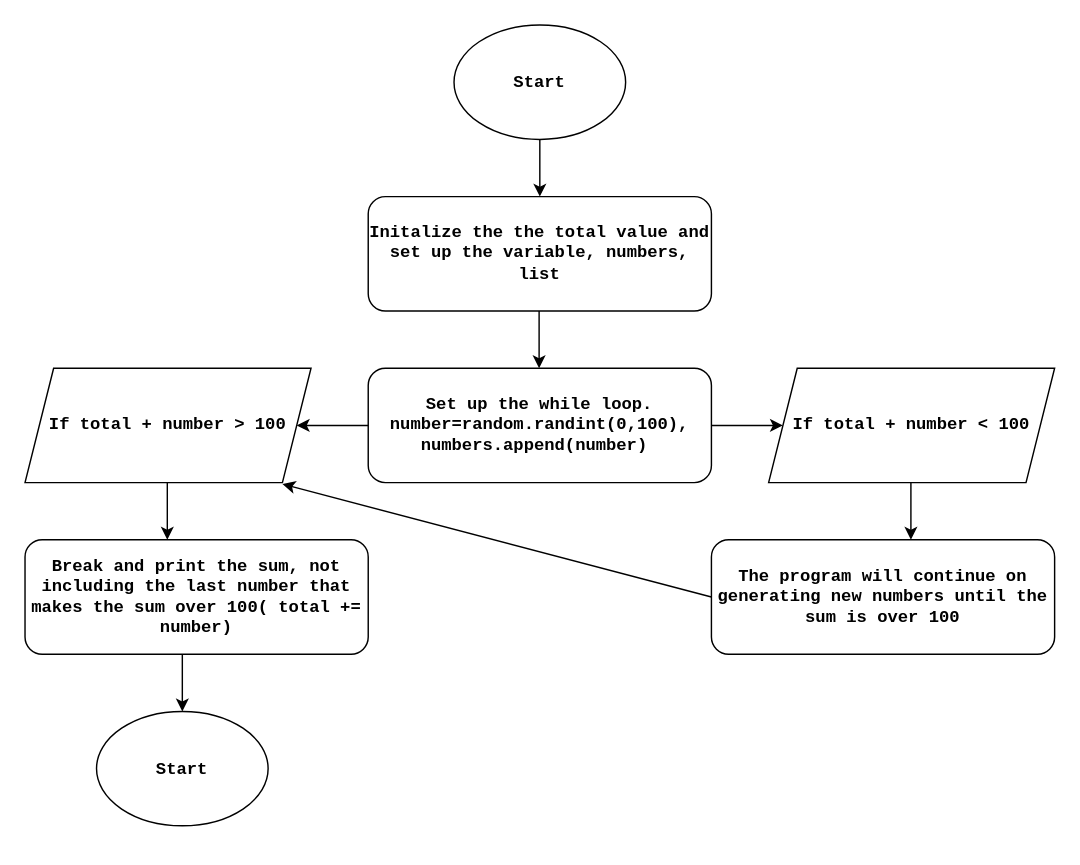
Before: hello15.drawio in michallef/hello.drawio, a draw.io diagram. Source tidied: cells renumbered, new cells numbered last; positions are measured from the earlier drawing's top-left corner, leaving out a move shared by most shapes. Both pictures are drawn from the tidied source at 143%, with x=0, y=0 at pixel (24, 24).
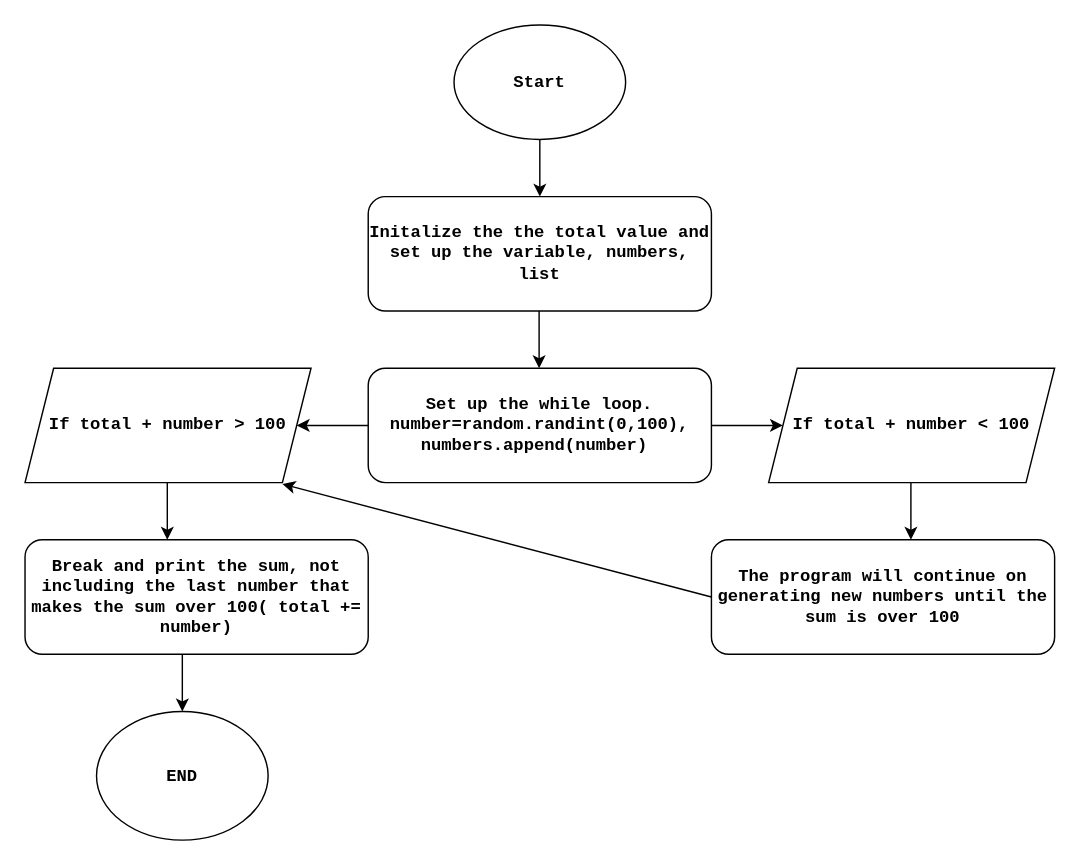
After the change.

What changed in the source:
```diff
@@
-    <mxCell id="17" value="&lt;h4&gt;&lt;font face=&quot;Courier New&quot;&gt;Start&lt;/font&gt;&lt;/h4&gt;" style="ellipse;whiteSpace=wrap;html=1;" parent="1" vertex="1">
-      <mxGeometry x="50" y="480" width="120" height="80" as="geometry" />
+    <mxCell id="17" value="&lt;h4&gt;&lt;font face=&quot;Courier New&quot;&gt;END&lt;/font&gt;&lt;/h4&gt;" style="ellipse;whiteSpace=wrap;html=1;" parent="1" vertex="1">
+      <mxGeometry x="50" y="480" width="120" height="90" as="geometry" />
     </mxCell>
```
